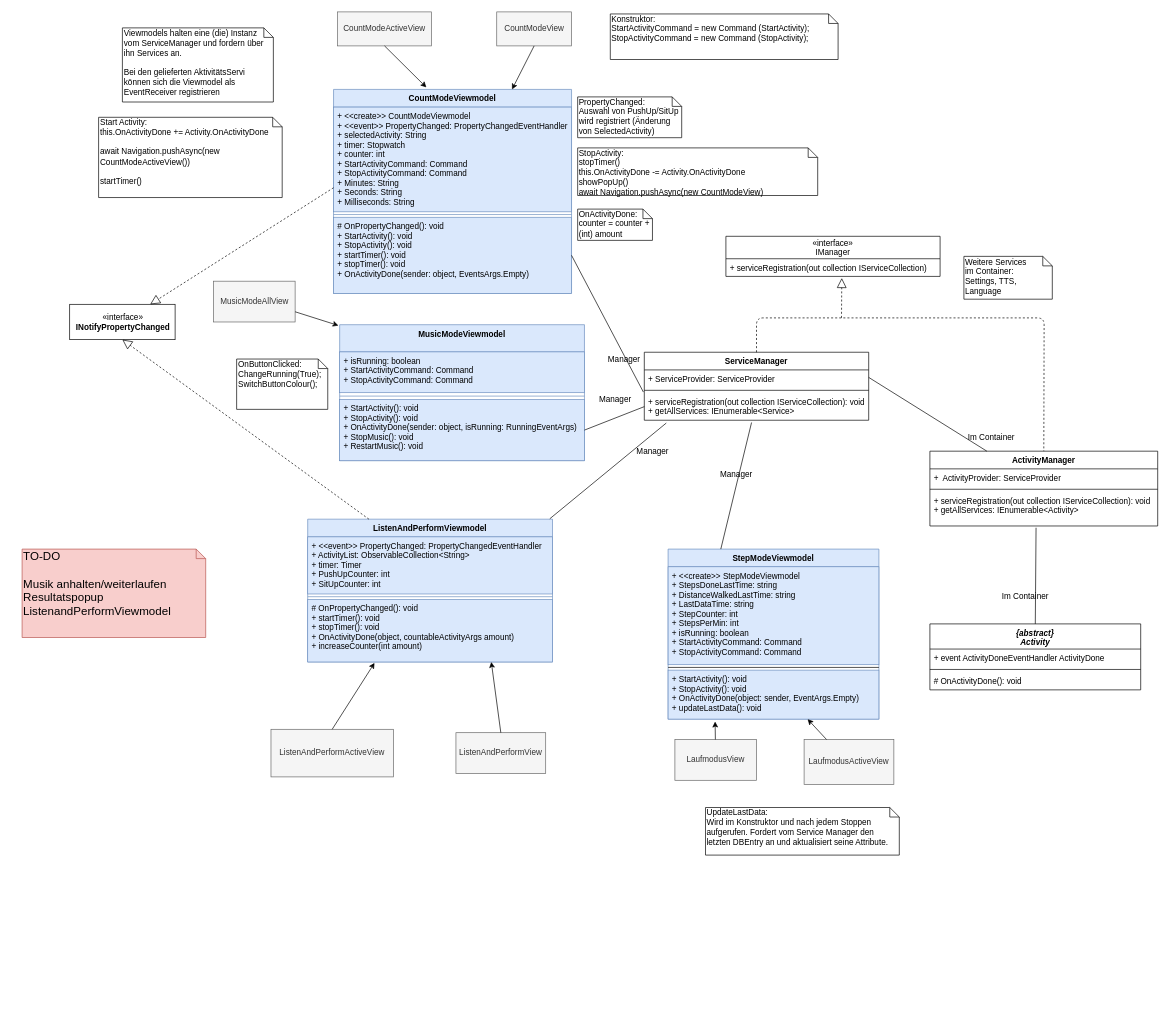
vlle1/dokumente-earablesKIT keeps this draw.io diagram as Entwurf/WeitereViewmodels.drawio. Above is the earlier version. Source tidied: cells renumbered, new cells numbered last; positions are measured from the earlier drawing's top-left corner, leaving out a move shared by most shapes. Both pictures are drawn from the tidied source at 68%, with x=0, y=0 at pixel (22, 12).
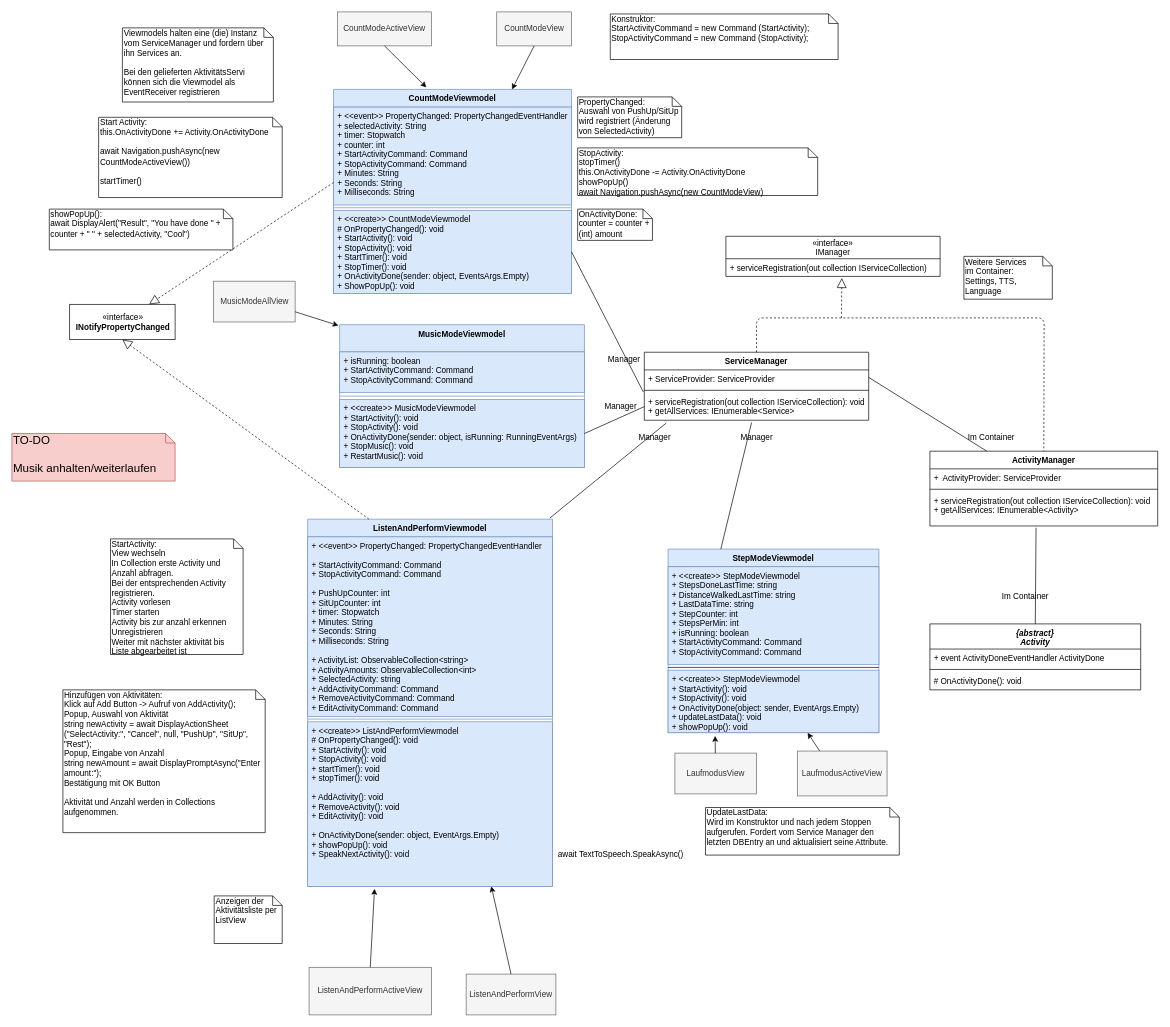
After the change.

Commit message:
Viewmodels fertig gestellt

Unchanged cells that the change refers to:
```xml
<mxCell id="2" value="CountModeViewmodel&#10;" style="swimlane;fontStyle=1;align=center;verticalAlign=top;horizontal=1;startSize=26;fillColor=#dae8fc;strokeColor=#6c8ebf;" parent="1" vertex="1">
  <mxGeometry x="458" y="114" width="350" height="300" as="geometry" />
</mxCell>
```

Diff of the diagram source:
```diff
@@
-    <mxCell id="3" value="+ &lt;&lt;create&gt;&gt; CountModeViewmodel&#10;+ &lt;&lt;event&gt;&gt; PropertyChanged: PropertyChangedEventHandler&#10;+ selectedActivity: String&#10;+ timer: Stopwatch&#10;+ counter: int&#10;+ StartActivityCommand: Command&#10;+ StopActivityCommand: Command&#10;+ Minutes: String&#10;+ Seconds: String&#10;+ Milliseconds: String" style="text;strokeColor=#6c8ebf;fillColor=#dae8fc;align=left;verticalAlign=top;spacingLeft=4;spacingRight=4;overflow=hidden;points=[[0,0.5],[1,0.5]];portConstraint=eastwest;" parent="2" vertex="1">
-      <mxGeometry y="26" width="350" height="154" as="geometry" />
+    <mxCell id="3" value="+ &lt;&lt;event&gt;&gt; PropertyChanged: PropertyChangedEventHandler&#10;+ selectedActivity: String&#10;+ timer: Stopwatch&#10;+ counter: int&#10;+ StartActivityCommand: Command&#10;+ StopActivityCommand: Command&#10;+ Minutes: String&#10;+ Seconds: String&#10;+ Milliseconds: String" style="text;strokeColor=#6c8ebf;fillColor=#dae8fc;align=left;verticalAlign=top;spacingLeft=4;spacingRight=4;overflow=hidden;points=[[0,0.5],[1,0.5]];portConstraint=eastwest;" parent="2" vertex="1">
+      <mxGeometry y="26" width="350" height="144" as="geometry" />
     </mxCell>
     <mxCell id="4" style="line;strokeWidth=1;fillColor=#dae8fc;align=left;verticalAlign=middle;spacingTop=-1;spacingLeft=3;spacingRight=3;labelPosition=right;strokeColor=#6c8ebf;" parent="2" vertex="1">
-      <mxGeometry y="180" width="350" height="8" as="geometry" />
+      <mxGeometry y="170" width="350" height="8" as="geometry" />
     </mxCell>
-    <mxCell id="5" value="# OnPropertyChanged(): void&#10;+ StartActivity(): void&#10;+ StopActivity(): void&#10;+ startTimer(): void&#10;+ stopTimer(): void&#10;+ OnActivityDone(sender: object, EventsArgs.Empty)&#10;" style="text;align=left;verticalAlign=top;spacingLeft=4;spacingRight=4;overflow=hidden;points=[[0,0.5],[1,0.5]];portConstraint=eastwest;fillColor=#dae8fc;strokeColor=#6c8ebf;" parent="2" vertex="1">
-      <mxGeometry y="188" width="350" height="112" as="geometry" />
+    <mxCell id="5" value="+ &lt;&lt;create&gt;&gt; CountModeViewmodel&#10;# OnPropertyChanged(): void&#10;+ StartActivity(): void&#10;+ StopActivity(): void&#10;+ StartTimer(): void&#10;+ StopTimer(): void&#10;+ OnActivityDone(sender: object, EventsArgs.Empty)&#10;+ ShowPopUp(): void&#10;" style="text;align=left;verticalAlign=top;spacingLeft=4;spacingRight=4;overflow=hidden;points=[[0,0.5],[1,0.5]];portConstraint=eastwest;fillColor=#dae8fc;strokeColor=#6c8ebf;" parent="2" vertex="1">
+      <mxGeometry y="178" width="350" height="122" as="geometry" />
     </mxCell>
@@
     <mxCell id="37" value="MusicModeViewmodel" style="swimlane;fontStyle=1;align=center;verticalAlign=top;horizontal=1;startSize=40;fillColor=#dae8fc;strokeColor=#6c8ebf;" parent="1" vertex="1">
-      <mxGeometry x="467" y="460" width="360" height="200" as="geometry" />
+      <mxGeometry x="467" y="460" width="360" height="210" as="geometry" />
     </mxCell>
@@
-    <mxCell id="40" value="+ StartActivity(): void&#10;+ StopActivity(): void&#10;+ OnActivityDone(sender: object, isRunning: RunningEventArgs)&#10;+ StopMusic(): void&#10;+ RestartMusic(): void" style="text;strokeColor=#6c8ebf;fillColor=#dae8fc;align=left;verticalAlign=top;spacingLeft=4;spacingRight=4;overflow=hidden;points=[[0,0.5],[1,0.5]];portConstraint=eastwest;" parent="37" vertex="1">
-      <mxGeometry y="110" width="360" height="90" as="geometry" />
+    <mxCell id="40" value="+ &lt;&lt;create&gt;&gt; MusicModeViewmodel&#10;+ StartActivity(): void&#10;+ StopActivity(): void&#10;+ OnActivityDone(sender: object, isRunning: RunningEventArgs)&#10;+ StopMusic(): void&#10;+ RestartMusic(): void" style="text;strokeColor=#6c8ebf;fillColor=#dae8fc;align=left;verticalAlign=top;spacingLeft=4;spacingRight=4;overflow=hidden;points=[[0,0.5],[1,0.5]];portConstraint=eastwest;" parent="37" vertex="1">
+      <mxGeometry y="110" width="360" height="100" as="geometry" />
     </mxCell>
     <mxCell id="41" value="StepModeViewmodel" style="swimlane;fontStyle=1;align=center;verticalAlign=top;horizontal=1;startSize=26;fillColor=#dae8fc;strokeColor=#6c8ebf;" parent="1" vertex="1">
-      <mxGeometry x="950" y="790" width="310" height="250" as="geometry" />
+      <mxGeometry x="950" y="790" width="310" height="270" as="geometry" />
     </mxCell>
@@
-    <mxCell id="44" value="+ StartActivity(): void&#10;+ StopActivity(): void&#10;+ OnActivityDone(object: sender, EventArgs.Empty)&#10;+ updateLastData(): void&#10;" style="text;strokeColor=#6c8ebf;fillColor=#dae8fc;align=left;verticalAlign=top;spacingLeft=4;spacingRight=4;overflow=hidden;points=[[0,0.5],[1,0.5]];portConstraint=eastwest;" parent="41" vertex="1">
-      <mxGeometry y="178" width="310" height="72" as="geometry" />
+    <mxCell id="44" value="+ &lt;&lt;create&gt;&gt; StepModeViewmodel&#10;+ StartActivity(): void&#10;+ StopActivity(): void&#10;+ OnActivityDone(object: sender, EventArgs.Empty)&#10;+ updateLastData(): void&#10;+ showPopUp(): void&#10;" style="text;strokeColor=#6c8ebf;fillColor=#dae8fc;align=left;verticalAlign=top;spacingLeft=4;spacingRight=4;overflow=hidden;points=[[0,0.5],[1,0.5]];portConstraint=eastwest;" parent="41" vertex="1">
+      <mxGeometry y="178" width="310" height="92" as="geometry" />
     </mxCell>
     <mxCell id="45" value="ListenAndPerformViewmodel" style="swimlane;fontStyle=1;align=center;verticalAlign=top;horizontal=1;startSize=26;fillColor=#dae8fc;strokeColor=#6c8ebf;" parent="1" vertex="1">
-      <mxGeometry x="420" y="746" width="360" height="210" as="geometry" />
+      <mxGeometry x="420" y="746" width="360" height="540" as="geometry" />
     </mxCell>
-    <mxCell id="46" value="+ &lt;&lt;event&gt;&gt; PropertyChanged: PropertyChangedEventHandler&#10;+ ActivityList: ObservableCollection&lt;String&gt;&#10;+ timer: Timer&#10;+ PushUpCounter: int&#10;+ SitUpCounter: int&#10;" style="text;strokeColor=#6c8ebf;fillColor=#dae8fc;align=left;verticalAlign=top;spacingLeft=4;spacingRight=4;overflow=hidden;" parent="45" vertex="1">
-      <mxGeometry y="26" width="360" height="84" as="geometry" />
+    <mxCell id="46" value="+ &lt;&lt;event&gt;&gt; PropertyChanged: PropertyChangedEventHandler&#10;&#10;+ StartActivityCommand: Command&#10;+ StopActivityCommand: Command&#10;&#10;+ PushUpCounter: int&#10;+ SitUpCounter: int&#10;+ timer: Stopwatch&#10;+ Minutes: String&#10;+ Seconds: String&#10;+ Milliseconds: String&#10;&#10;+ ActivityList: ObservableCollection&lt;string&gt;&#10;+ ActivityAmounts: ObservableCollection&lt;int&gt;&#10;+ SelectedActivity: string&#10;+ AddActivityCommand: Command&#10;+ RemoveActivityCommand: Command&#10;+ EditActivityCommand: Command&#10;" style="text;strokeColor=#6c8ebf;fillColor=#dae8fc;align=left;verticalAlign=top;spacingLeft=4;spacingRight=4;overflow=hidden;" parent="45" vertex="1">
+      <mxGeometry y="26" width="360" height="264" as="geometry" />
     </mxCell>
     <mxCell id="47" style="line;strokeWidth=1;fillColor=#dae8fc;align=left;verticalAlign=middle;spacingTop=-1;spacingLeft=3;spacingRight=3;labelPosition=right;strokeColor=#6c8ebf;" parent="45" vertex="1">
-      <mxGeometry y="110" width="360" height="8" as="geometry" />
+      <mxGeometry y="290" width="360" height="8" as="geometry" />
     </mxCell>
-    <mxCell id="48" value="# OnPropertyChanged(): void&#10;+ startTimer(): void&#10;+ stopTimer(): void&#10;+ OnActivityDone(object, countableActivityArgs amount)&#10;+ increaseCounter(int amount)" style="text;strokeColor=#6c8ebf;fillColor=#dae8fc;align=left;verticalAlign=top;spacingLeft=4;spacingRight=4;overflow=hidden;points=[[0,0.5],[1,0.5]];portConstraint=eastwest;" parent="45" vertex="1">
-      <mxGeometry y="118" width="360" height="92" as="geometry" />
+    <mxCell id="48" value="+ &lt;&lt;create&gt;&gt; ListAndPerformViewmodel&#10;# OnPropertyChanged(): void&#10;+ StartActivity(): void&#10;+ StopActivity(): void&#10;+ startTimer(): void&#10;+ stopTimer(): void&#10;&#10;+ AddActivity(): void&#10;+ RemoveActivity(): void&#10;+ EditActivity(): void&#10;&#10;+ OnActivityDone(sender: object, EventArgs.Empty)&#10;+ showPopUp(): void&#10;+ SpeakNextActivity(): void" style="text;strokeColor=#6c8ebf;fillColor=#dae8fc;align=left;verticalAlign=top;spacingLeft=4;spacingRight=4;overflow=hidden;points=[[0,0.5],[1,0.5]];portConstraint=eastwest;" parent="45" vertex="1">
+      <mxGeometry y="298" width="360" height="242" as="geometry" />
     </mxCell>
@@
     <mxCell id="53" value="Manager" style="text;html=1;align=center;verticalAlign=middle;" parent="1" vertex="1">
-      <mxGeometry x="842" y="560" width="60" height="20" as="geometry" />
+      <mxGeometry x="850" y="570" width="60" height="20" as="geometry" />
     </mxCell>
@@
     <mxCell id="57" value="Manager" style="text;html=1;align=center;verticalAlign=middle;" parent="1" vertex="1">
-      <mxGeometry x="1020" y="670" width="60" height="20" as="geometry" />
+      <mxGeometry x="1050" y="616" width="60" height="20" as="geometry" />
     </mxCell>
@@
     <mxCell id="59" value="LaufmodusView" style="rounded=0;whiteSpace=wrap;html=1;fillColor=#f5f5f5;strokeColor=#666666;fontColor=#333333;" parent="1" vertex="1">
-      <mxGeometry x="960" y="1070" width="120" height="60" as="geometry" />
+      <mxGeometry x="960" y="1090" width="120" height="60" as="geometry" />
     </mxCell>
@@
     <mxCell id="61" value="LaufmodusActiveView" style="rounded=0;whiteSpace=wrap;html=1;fillColor=#f5f5f5;strokeColor=#666666;fontColor=#333333;" parent="1" vertex="1">
-      <mxGeometry x="1150" y="1070" width="132" height="66" as="geometry" />
+      <mxGeometry x="1140" y="1087" width="132" height="66" as="geometry" />
     </mxCell>
@@
-    <mxCell id="63" value="OnButtonClicked:&lt;br&gt;ChangeRunning(True);&lt;br&gt;SwitchButtonColour();" style="shape=note;whiteSpace=wrap;html=1;size=14;verticalAlign=top;align=left;spacingTop=-6;" parent="1" vertex="1">
-      <mxGeometry x="315.5" y="510.5" width="134" height="74" as="geometry" />
-    </mxCell>
@@
     <mxCell id="65" value="Manager" style="text;html=1;align=center;verticalAlign=middle;" parent="1" vertex="1">
-      <mxGeometry x="897" y="636" width="60" height="20" as="geometry" />
+      <mxGeometry x="900" y="616" width="60" height="20" as="geometry" />
     </mxCell>
     <mxCell id="66" value="ListenAndPerformActiveView" style="rounded=0;whiteSpace=wrap;html=1;fillColor=#f5f5f5;strokeColor=#666666;fontColor=#333333;" parent="1" vertex="1">
-      <mxGeometry x="366" y="1055" width="180" height="70" as="geometry" />
+      <mxGeometry x="422" y="1405" width="180" height="70" as="geometry" />
     </mxCell>
     <mxCell id="67" value="ListenAndPerformView" style="rounded=0;whiteSpace=wrap;html=1;fillColor=#f5f5f5;strokeColor=#666666;fontColor=#333333;" parent="1" vertex="1">
-      <mxGeometry x="638" y="1060" width="132" height="60" as="geometry" />
+      <mxGeometry x="653" y="1415" width="132" height="60" as="geometry" />
     </mxCell>
@@
-    <mxCell id="72" value="&lt;font style=&quot;font-size: 17px&quot;&gt;TO-DO&lt;br&gt;&lt;br&gt;Musik anhalten/weiterlaufen&lt;br&gt;Resultatspopup&lt;br&gt;ListenandPerformViewmodel&lt;/font&gt;" style="shape=note;whiteSpace=wrap;html=1;size=14;verticalAlign=top;align=left;spacingTop=-6;fillColor=#f8cecc;strokeColor=#b85450;" parent="1" vertex="1">
-      <mxGeometry y="790" width="270" height="130" as="geometry" />
+    <mxCell id="72" value="&lt;font style=&quot;font-size: 17px&quot;&gt;TO-DO&lt;br&gt;&lt;br&gt;Musik anhalten/weiterlaufen&lt;br&gt;&lt;/font&gt;" style="shape=note;whiteSpace=wrap;html=1;size=14;verticalAlign=top;align=left;spacingTop=-6;fillColor=#f8cecc;strokeColor=#b85450;" parent="1" vertex="1">
+      <mxGeometry x="-15" y="620" width="240" height="70" as="geometry" />
     </mxCell>
+    <mxCell id="73" value="showPopUp():&lt;br&gt;await DisplayAlert(&quot;Result&quot;, &quot;You have done &quot; + counter + &quot; &quot; + selectedActivity, &quot;Cool&quot;)" style="shape=note;whiteSpace=wrap;html=1;size=14;verticalAlign=top;align=left;spacingTop=-6;" parent="1" vertex="1">
+      <mxGeometry x="40" y="290" width="270" height="60" as="geometry" />
+    </mxCell>
+    <mxCell id="74" value="await TextToSpeech.SpeakAsync()" style="text;html=1;align=center;verticalAlign=middle;" parent="1" vertex="1">
+      <mxGeometry x="780" y="1230" width="200" height="20" as="geometry" />
+    </mxCell>
+    <mxCell id="75" value="Hinzufügen von Aktivitäten:&lt;br&gt;Klick auf Add Button -&amp;gt; Aufruf von AddActivity();&lt;br&gt;Popup, Auswahl von Aktivität &lt;br&gt;&lt;div&gt;string newActivity = await DisplayActionSheet (&quot;SelectActivity:&quot;, &quot;Cancel&quot;, null, &quot;PushUp&quot;, &quot;SitUp&quot;, &quot;Rest&quot;);&lt;/div&gt;Popup, Eingabe von Anzahl&lt;br&gt;string newAmount = await DisplayPromptAsync(&quot;Enter amount:&quot;);&lt;br&gt;Bestätigung mit OK Button&lt;br&gt;&lt;br&gt;Aktivität und Anzahl werden in Collections aufgenommen." style="shape=note;whiteSpace=wrap;html=1;size=14;verticalAlign=top;align=left;spacingTop=-6;" parent="1" vertex="1">
+      <mxGeometry x="60" y="997" width="297.5" height="210" as="geometry" />
+    </mxCell>
+    <mxCell id="76" value="Anzeigen der Aktivitätsliste per ListView" style="shape=note;whiteSpace=wrap;html=1;size=14;verticalAlign=top;align=left;spacingTop=-6;" parent="1" vertex="1">
+      <mxGeometry x="282.5" y="1300" width="100" height="70" as="geometry" />
+    </mxCell>
+    <mxCell id="77" value="StartActivity:&lt;br&gt;View wechseln&lt;br&gt;In Collection erste Activity und Anzahl abfragen.&amp;nbsp;&lt;br&gt;Bei der entsprechenden Activity registrieren.&lt;br&gt;Activity vorlesen&lt;br&gt;Timer starten&lt;br&gt;Activity bis zur anzahl erkennen&lt;br&gt;Unregistrieren&lt;br&gt;Weiter mit nächster aktivität bis Liste abgearbeitet ist" style="shape=note;whiteSpace=wrap;html=1;size=14;verticalAlign=top;align=left;spacingTop=-6;" parent="1" vertex="1">
+      <mxGeometry x="130" y="775" width="195" height="170" as="geometry" />
+    </mxCell>
```
